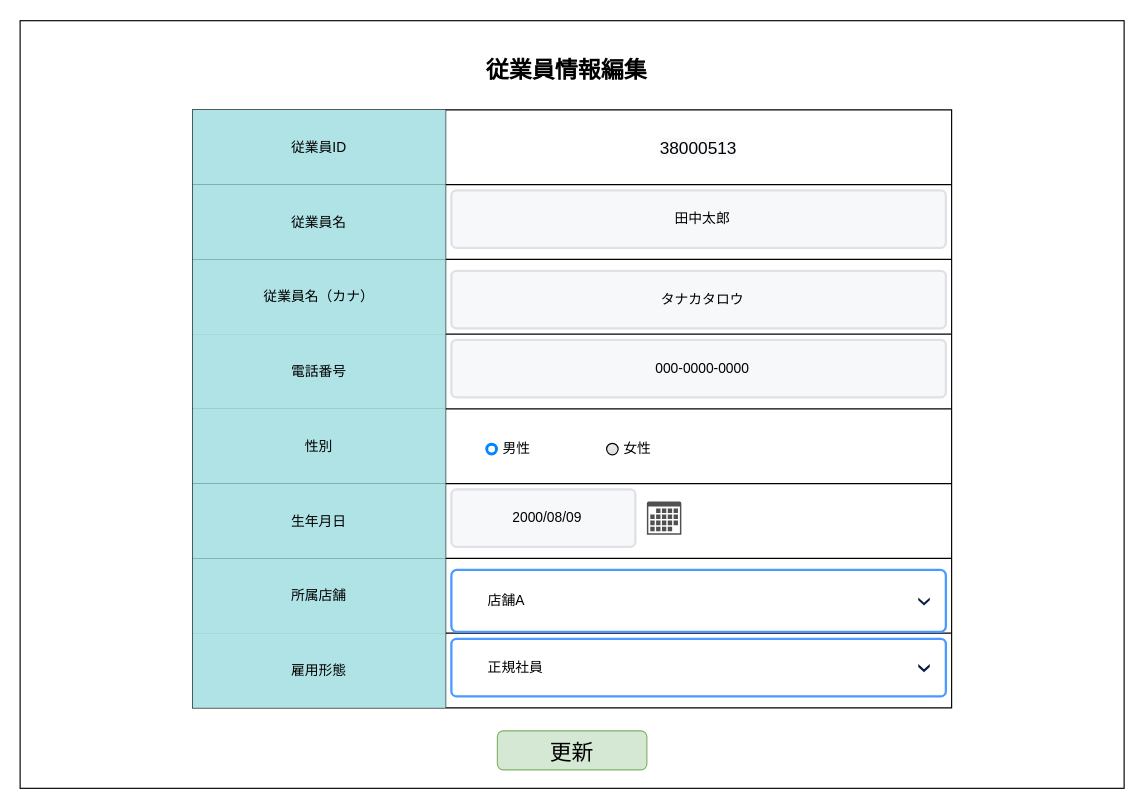
The draw.io diagram page "S01-04 従業員編集" (4 of 5) of 各種設計書/6.画面設計書/S01_従業員マスタ.drawio in HaruShim/Sotuken, before the edit. Source tidied: cells renumbered, new cells numbered last; positions are measured from the earlier drawing's top-left corner, leaving out a move shared by most shapes. Both pictures are drawn from the tidied source at 115%, with x=0, y=0 at pixel (20, 20). Pictures stored in the file or linked from it are replaced by grey dashed boxes.
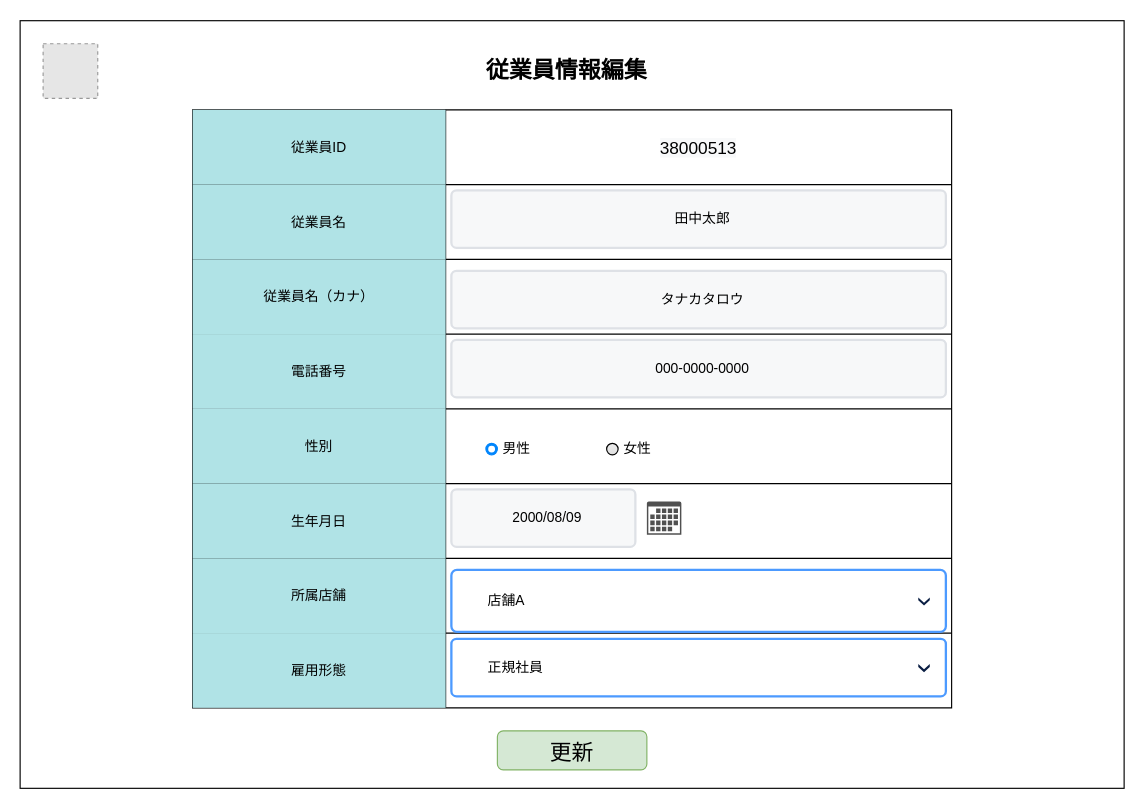
Above is the later version.

Diff of the diagram source:
```diff
@@
+    <mxCell id="43" style="fillColor=#E6E6E6;strokeColor=#999999;dashed=1;html=1;verticalAlign=top;verticalLabelPosition=bottom;labelBackgroundColor=#ffffff;" parent="1" vertex="1">
+      <mxGeometry x="20" y="20.5" width="47.5" height="47.5" as="geometry" />
+    </mxCell>
```
